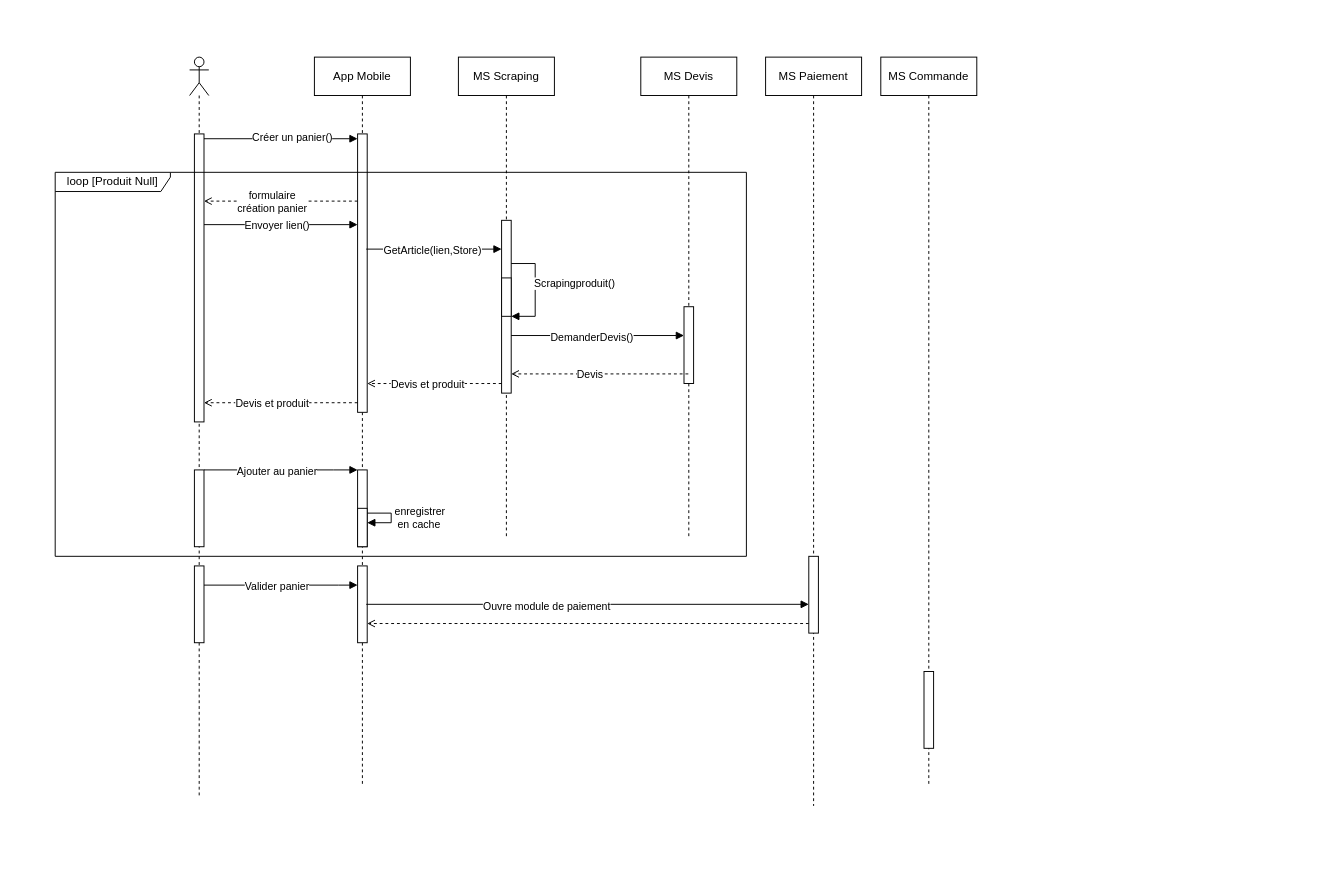
The draw.io diagram page "DS-MFS" (3 of 3) of Diagramme_MyFrench_Shop.drawio in kbvac/Diagramme-UML, before the edit. Source tidied: cells renumbered, new cells numbered last; positions are measured from the earlier drawing's top-left corner, leaving out a move shared by most shapes. Both pictures are drawn from the tidied source at 96%, with x=0, y=0 at pixel (55, 57).
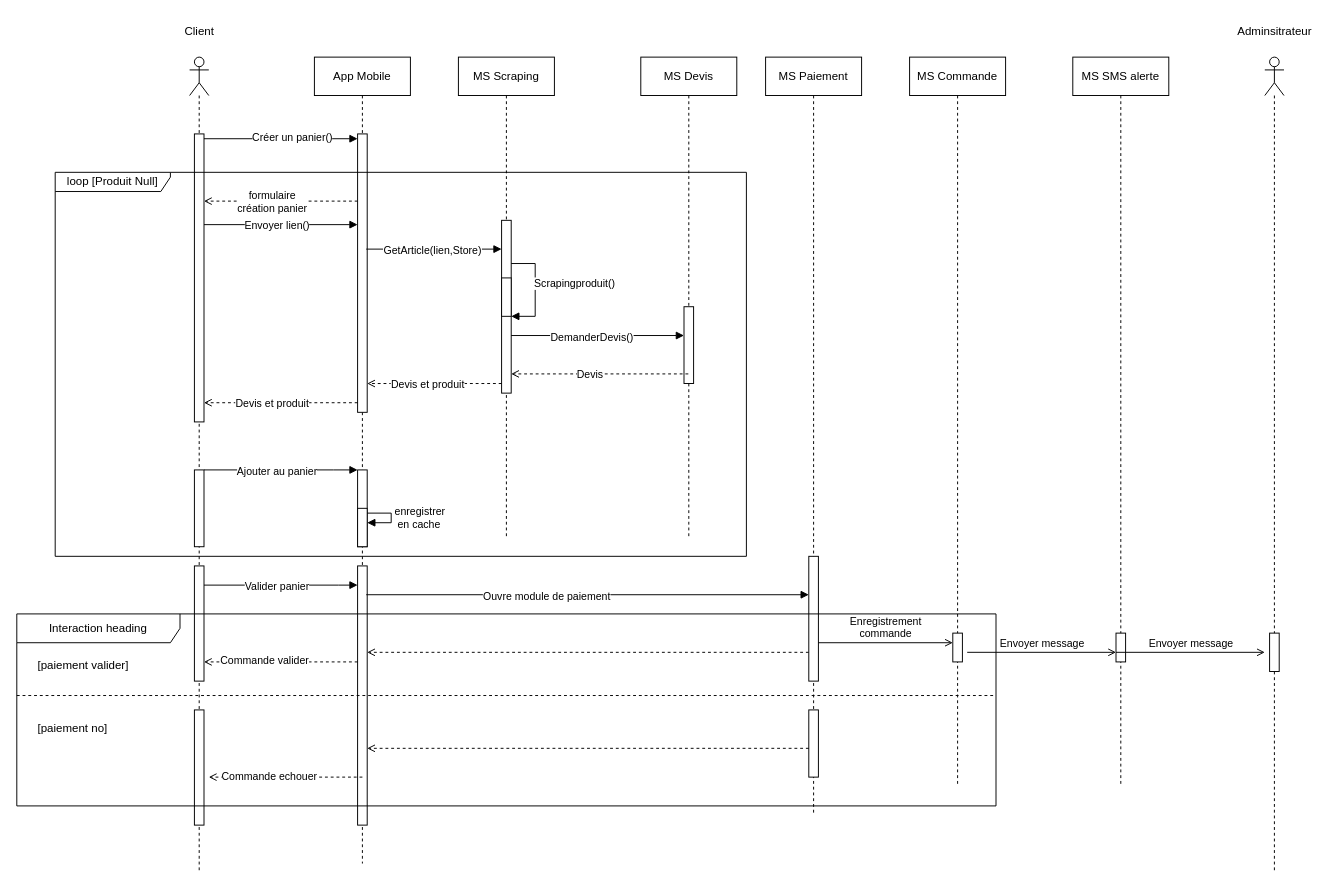
The same diagram, later.

What changed in the source:
```diff
@@
     <mxCell id="2" style="shape=umlLifeline;perimeter=lifelinePerimeter;whiteSpace=wrap;html=1;newEdgeStyle={&quot;curved&quot;:0,&quot;rounded&quot;:0};participant=umlActor;" parent="1" vertex="1">
-      <mxGeometry x="140" width="20" height="770" as="geometry" />
+      <mxGeometry x="140" width="20" height="850" as="geometry" />
     </mxCell>
@@
     <mxCell id="5" style="html=1;points=[[0,0,0,0,5],[0,1,0,0,-5],[1,0,0,0,5],[1,1,0,0,-5]];perimeter=orthogonalPerimeter;outlineConnect=0;targetShapes=umlLifeline;portConstraint=eastwest;newEdgeStyle={&quot;curved&quot;:0,&quot;rounded&quot;:0};" parent="2" vertex="1">
-      <mxGeometry x="5" y="530" width="10" height="80" as="geometry" />
+      <mxGeometry x="5" y="530" width="10" height="120" as="geometry" />
     </mxCell>
+    <mxCell id="47" style="html=1;perimeter=orthogonalPerimeter;targetShapes=umlLifeline;newEdgeStyle={&quot;curved&quot;:0,&quot;rounded&quot;:0};" parent="2" vertex="1">
+      <mxGeometry x="5" y="680" width="10" height="120" as="geometry" />
+    </mxCell>
@@
     <mxCell id="15" value="App Mobile" style="shape=umlLifeline;perimeter=lifelinePerimeter;whiteSpace=wrap;html=1;newEdgeStyle={&quot;edgeStyle&quot;:&quot;elbowEdgeStyle&quot;,&quot;elbow&quot;:&quot;vertical&quot;,&quot;curved&quot;:0,&quot;rounded&quot;:0};" parent="1" vertex="1">
-      <mxGeometry x="270" width="100" height="760" as="geometry" />
+      <mxGeometry x="270" width="100" height="840" as="geometry" />
     </mxCell>
@@
     <mxCell id="20" style="html=1;points=[[0,0,0,0,5],[0,1,0,0,-5],[1,0,0,0,5],[1,1,0,0,-5]];perimeter=orthogonalPerimeter;outlineConnect=0;targetShapes=umlLifeline;portConstraint=eastwest;newEdgeStyle={&quot;curved&quot;:0,&quot;rounded&quot;:0};" parent="15" vertex="1">
-      <mxGeometry x="45" y="530" width="10" height="80" as="geometry" />
+      <mxGeometry x="45" y="530" width="10" height="270" as="geometry" />
     </mxCell>
@@
-    <mxCell id="40" style="html=1;verticalAlign=bottom;labelBackgroundColor=none;endArrow=open;endFill=0;dashed=1;rounded=0;" parent="1" edge="1" source="42" target="20">
+    <mxCell id="40" style="html=1;verticalAlign=bottom;labelBackgroundColor=none;endArrow=open;endFill=0;dashed=1;rounded=0;" parent="1" edge="1">
       <mxGeometry relative="1" as="geometry">
+        <mxPoint x="785" y="620" as="sourcePoint" />
+        <mxPoint x="325" y="620" as="targetPoint" />
         <Array as="points">
-          <mxPoint x="400" y="590" />
+          <mxPoint x="400" y="620" />
         </Array>
       </mxGeometry>
     </mxCell>
     <mxCell id="41" value="MS Paiement" style="shape=umlLifeline;perimeter=lifelinePerimeter;whiteSpace=wrap;html=1;newEdgeStyle={&quot;edgeStyle&quot;:&quot;elbowEdgeStyle&quot;,&quot;elbow&quot;:&quot;vertical&quot;,&quot;curved&quot;:0,&quot;rounded&quot;:0};" parent="1" vertex="1">
-      <mxGeometry x="740" width="100" height="780" as="geometry" />
+      <mxGeometry x="740" width="100" height="790" as="geometry" />
     </mxCell>
     <mxCell id="42" style="html=1;points=[[0,0,0,0,5],[0,1,0,0,-5],[1,0,0,0,5],[1,1,0,0,-5]];perimeter=orthogonalPerimeter;outlineConnect=0;targetShapes=umlLifeline;portConstraint=eastwest;newEdgeStyle={&quot;curved&quot;:0,&quot;rounded&quot;:0};" parent="41" vertex="1">
-      <mxGeometry x="45" y="520" width="10" height="80" as="geometry" />
+      <mxGeometry x="45" y="520" width="10" height="130" as="geometry" />
     </mxCell>
-    <mxCell id="43" style="html=1;verticalAlign=bottom;labelBackgroundColor=none;endArrow=block;endFill=1;rounded=0;" parent="1" edge="1" target="42">
+    <mxCell id="43" style="html=1;verticalAlign=bottom;labelBackgroundColor=none;endArrow=block;endFill=1;rounded=0;" parent="1" edge="1">
       <mxGeometry relative="1" as="geometry">
-        <mxPoint x="324" y="570" as="sourcePoint" />
+        <mxPoint x="324" y="560" as="sourcePoint" />
+        <mxPoint x="785" y="560" as="targetPoint" />
         <Array as="points">
-          <mxPoint x="464" y="570" />
+          <mxPoint x="464" y="560" />
         </Array>
       </mxGeometry>
     </mxCell>
@@
     <mxCell id="45" value="MS Commande" style="shape=umlLifeline;perimeter=lifelinePerimeter;whiteSpace=wrap;html=1;newEdgeStyle={&quot;edgeStyle&quot;:&quot;elbowEdgeStyle&quot;,&quot;elbow&quot;:&quot;vertical&quot;,&quot;curved&quot;:0,&quot;rounded&quot;:0};" parent="1" vertex="1">
-      <mxGeometry x="860" width="100" height="760" as="geometry" />
+      <mxGeometry x="890" width="100" height="760" as="geometry" />
     </mxCell>
-    <mxCell id="46" style="html=1;perimeter=orthogonalPerimeter;targetShapes=umlLifeline;newEdgeStyle={&quot;curved&quot;:0,&quot;rounded&quot;:0};" parent="1" vertex="1">
-      <mxGeometry x="905" y="640" width="10" height="80" as="geometry" />
+    <mxCell id="46" style="html=1;perimeter=orthogonalPerimeter;targetShapes=umlLifeline;newEdgeStyle={&quot;curved&quot;:0,&quot;rounded&quot;:0};" parent="45" vertex="1">
+      <mxGeometry x="45" y="600" width="10" height="30" as="geometry" />
     </mxCell>
+    <mxCell id="48" value="Interaction heading" style="shape=umlFrame;whiteSpace=wrap;html=1;width=170;" parent="1" vertex="1">
+      <mxGeometry x="-40" y="580" width="1020" height="200" as="geometry" />
+    </mxCell>
+    <mxCell id="49" value="[paiement valider]" style="text;html=1;" parent="48" vertex="1">
+      <mxGeometry width="100" height="20" relative="1" as="geometry">
+        <mxPoint x="20" y="40" as="offset" />
+      </mxGeometry>
+    </mxCell>
+    <mxCell id="50" value="[paiement no]" style="line;strokeWidth=1;dashed=1;labelPosition=center;verticalLabelPosition=bottom;align=left;verticalAlign=top;spacingLeft=20;spacingTop=15;html=1;whiteSpace=wrap;" parent="48" vertex="1">
+      <mxGeometry y="80" width="1020" height="10" as="geometry" />
+    </mxCell>
+    <mxCell id="51" value="Enregistrement&lt;br&gt;commande" style="html=1;verticalAlign=bottom;labelBackgroundColor=none;endArrow=open;endFill=0;rounded=0;" parent="48" edge="1">
+      <mxGeometry relative="1" as="geometry">
+        <mxPoint x="835" y="30" as="sourcePoint" />
+        <mxPoint x="975" y="30" as="targetPoint" />
+      </mxGeometry>
+    </mxCell>
+    <mxCell id="52" style="html=1;verticalAlign=bottom;labelBackgroundColor=none;endArrow=open;endFill=0;dashed=1;rounded=0;" parent="48" edge="1">
+      <mxGeometry relative="1" as="geometry">
+        <mxPoint x="355" y="50" as="sourcePoint" />
+        <mxPoint x="195" y="50" as="targetPoint" />
+        <Array as="points">
+          <mxPoint x="225" y="50" />
+        </Array>
+      </mxGeometry>
+    </mxCell>
+    <mxCell id="53" value="Commande valider" style="edgeLabel;html=1;align=center;verticalAlign=middle;" parent="52" vertex="1">
+      <mxGeometry x="0.22" y="-2" relative="1" as="geometry" />
+    </mxCell>
+    <mxCell id="54" style="html=1;perimeter=orthogonalPerimeter;targetShapes=umlLifeline;newEdgeStyle={&quot;curved&quot;:0,&quot;rounded&quot;:0};" parent="48" vertex="1">
+      <mxGeometry x="825" y="100" width="10" height="70" as="geometry" />
+    </mxCell>
+    <mxCell id="55" style="html=1;verticalAlign=bottom;labelBackgroundColor=none;endArrow=open;endFill=0;dashed=1;rounded=0;" parent="48" edge="1">
+      <mxGeometry relative="1" as="geometry">
+        <mxPoint x="825" y="140" as="sourcePoint" />
+        <mxPoint x="365" y="140" as="targetPoint" />
+        <Array as="points">
+          <mxPoint x="440" y="140" />
+        </Array>
+      </mxGeometry>
+    </mxCell>
+    <mxCell id="56" style="html=1;verticalAlign=bottom;labelBackgroundColor=none;endArrow=open;endFill=0;dashed=1;rounded=0;" parent="48" edge="1">
+      <mxGeometry relative="1" as="geometry">
+        <mxPoint x="360" y="170" as="sourcePoint" />
+        <mxPoint x="200" y="170" as="targetPoint" />
+        <Array as="points">
+          <mxPoint x="230" y="170" />
+        </Array>
+      </mxGeometry>
+    </mxCell>
+    <mxCell id="57" value="Commande echouer" style="edgeLabel;html=1;align=center;verticalAlign=middle;" parent="56" vertex="1">
+      <mxGeometry x="0.22" y="-2" relative="1" as="geometry" />
+    </mxCell>
+    <mxCell id="58" value="MS SMS alerte" style="shape=umlLifeline;perimeter=lifelinePerimeter;whiteSpace=wrap;html=1;newEdgeStyle={&quot;edgeStyle&quot;:&quot;elbowEdgeStyle&quot;,&quot;elbow&quot;:&quot;vertical&quot;,&quot;curved&quot;:0,&quot;rounded&quot;:0};" parent="1" vertex="1">
+      <mxGeometry x="1060" width="100" height="760" as="geometry" />
+    </mxCell>
+    <mxCell id="59" style="html=1;points=[[0,0,0,0,5],[0,1,0,0,-5],[1,0,0,0,5],[1,1,0,0,-5]];perimeter=orthogonalPerimeter;outlineConnect=0;targetShapes=umlLifeline;portConstraint=eastwest;newEdgeStyle={&quot;curved&quot;:0,&quot;rounded&quot;:0};" parent="58" vertex="1">
+      <mxGeometry x="45" y="600" width="10" height="30" as="geometry" />
+    </mxCell>
+    <mxCell id="60" value="Envoyer message" style="html=1;verticalAlign=bottom;labelBackgroundColor=none;endArrow=open;endFill=0;rounded=0;" parent="1" edge="1" target="59">
+      <mxGeometry relative="1" as="geometry">
+        <mxPoint x="950" y="620" as="sourcePoint" />
+      </mxGeometry>
+    </mxCell>
+    <mxCell id="61" style="shape=umlLifeline;perimeter=lifelinePerimeter;whiteSpace=wrap;html=1;newEdgeStyle={&quot;curved&quot;:0,&quot;rounded&quot;:0};participant=umlActor;" parent="1" vertex="1">
+      <mxGeometry x="1260" width="20" height="850" as="geometry" />
+    </mxCell>
+    <mxCell id="62" style="html=1;perimeter=orthogonalPerimeter;targetShapes=umlLifeline;newEdgeStyle={&quot;curved&quot;:0,&quot;rounded&quot;:0};" parent="61" vertex="1">
+      <mxGeometry x="5" y="600" width="10" height="40" as="geometry" />
+    </mxCell>
+    <mxCell id="63" value="Envoyer message" style="html=1;verticalAlign=bottom;labelBackgroundColor=none;endArrow=open;endFill=0;rounded=0;" parent="1" edge="1">
+      <mxGeometry relative="1" as="geometry">
+        <mxPoint x="1105" y="620" as="sourcePoint" />
+        <mxPoint x="1260" y="620" as="targetPoint" />
+      </mxGeometry>
+    </mxCell>
+    <mxCell id="64" value="Client" style="text;html=1;align=center;verticalAlign=middle;strokeColor=none;fillColor=none;" parent="1" vertex="1">
+      <mxGeometry x="125" y="-42" width="50" height="30" as="geometry" />
+    </mxCell>
+    <mxCell id="65" value="Adminsitrateur" style="text;html=1;align=center;verticalAlign=middle;strokeColor=none;fillColor=none;" parent="1" vertex="1">
+      <mxGeometry x="1220" y="-42" width="100" height="30" as="geometry" />
+    </mxCell>
```
